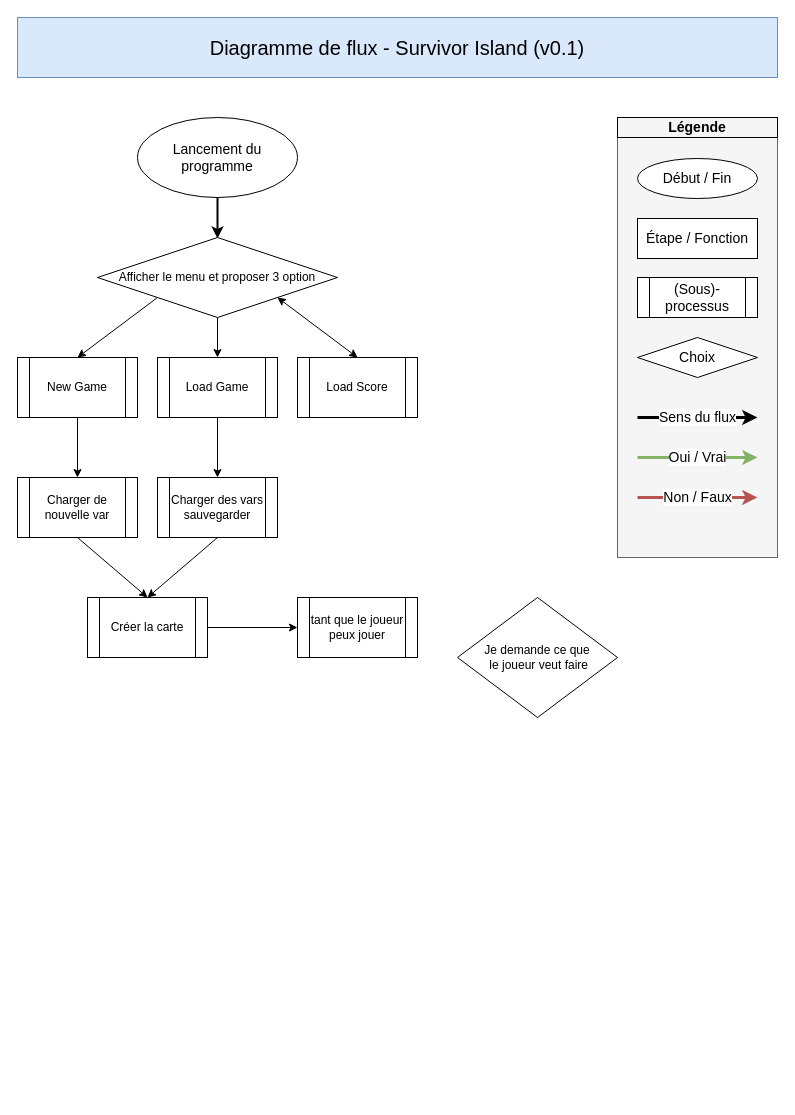
This is page "Main" (1 of 2) of Diagramme de flux.drawio from herbetelem/Autonomie-projet-1, a draw.io file, before an edit. Source tidied: cells renumbered, new cells numbered last; positions are measured from the earlier drawing's top-left corner, leaving out a move shared by most shapes. Both pictures are drawn from the tidied source at 100%, with x=0, y=0 at pixel (17, 17).
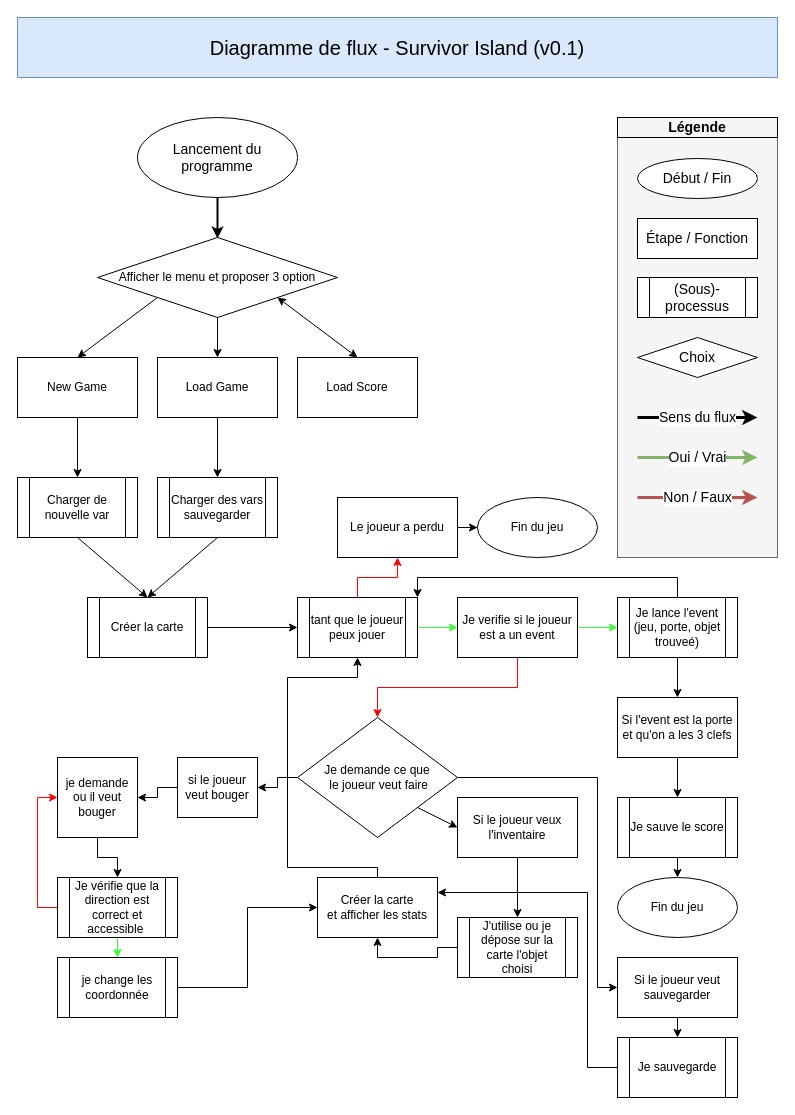
The same diagram, later.

Unchanged cells that the change refers to:
```xml
<mxCell id="28" value="tant que le joueur peux jouer" style="shape=process;whiteSpace=wrap;html=1;backgroundOutline=1;" parent="1" vertex="1">
  <mxGeometry x="280" y="580" width="120" height="60" as="geometry" />
</mxCell>
```

Change to the diagram source:
```diff
@@
-    <mxCell id="15" value="New Game" style="shape=process;whiteSpace=wrap;html=1;backgroundOutline=1;" parent="1" vertex="1">
-      <mxGeometry y="340" width="120" height="60" as="geometry" />
-    </mxCell>
-    <mxCell id="16" value="Load Score" style="shape=process;whiteSpace=wrap;html=1;backgroundOutline=1;" parent="1" vertex="1">
-      <mxGeometry x="280" y="340" width="120" height="60" as="geometry" />
-    </mxCell>
-    <mxCell id="17" value="Load Game" style="shape=process;whiteSpace=wrap;html=1;backgroundOutline=1;" parent="1" vertex="1">
-      <mxGeometry x="140" y="340" width="120" height="60" as="geometry" />
-    </mxCell>
@@
+    <mxCell id="31" style="edgeStyle=orthogonalEdgeStyle;rounded=0;jettySize=auto;html=1;strokeColor=#33FF33;" parent="1" edge="1" source="28" target="48">
+      <mxGeometry relative="1" as="geometry" />
+    </mxCell>
+    <mxCell id="32" style="edgeStyle=orthogonalEdgeStyle;rounded=0;jettySize=auto;html=1;entryX=0.5;entryY=1;entryDx=0;entryDy=0;strokeColor=#FF0000;" parent="1" edge="1" source="28" target="53">
+      <mxGeometry relative="1" as="geometry" />
+    </mxCell>
@@
+    <mxCell id="33" style="edgeStyle=orthogonalEdgeStyle;rounded=0;jettySize=auto;html=1;entryX=1;entryY=0.5;entryDx=0;entryDy=0;" parent="1" edge="1" source="30" target="36">
+      <mxGeometry relative="1" as="geometry" />
+    </mxCell>
+    <mxCell id="34" style="edgeStyle=orthogonalEdgeStyle;rounded=0;jettySize=auto;html=1;entryX=0;entryY=0.5;entryDx=0;entryDy=0;strokeColor=#000000;" parent="1" edge="1" source="30" target="60">
+      <mxGeometry relative="1" as="geometry">
+        <Array as="points">
+          <mxPoint x="580" y="760" />
+          <mxPoint x="580" y="970" />
+        </Array>
+      </mxGeometry>
+    </mxCell>
     <mxCell id="30" value="Je demande ce que&lt;br&gt;&amp;nbsp;le joueur veut faire" style="rhombus;whiteSpace=wrap;html=1;" parent="1" vertex="1">
-      <mxGeometry x="440" y="580" width="160" height="120" as="geometry" />
+      <mxGeometry x="280" y="700" width="160" height="120" as="geometry" />
     </mxCell>
+    <mxCell id="35" style="edgeStyle=orthogonalEdgeStyle;rounded=0;jettySize=auto;html=1;" parent="1" edge="1" source="36" target="38">
+      <mxGeometry relative="1" as="geometry" />
+    </mxCell>
+    <mxCell id="36" value="si le joueur veut bouger" style="rounded=0;whiteSpace=wrap;html=1;" parent="1" vertex="1">
+      <mxGeometry x="160" y="740" width="80" height="60" as="geometry" />
+    </mxCell>
+    <mxCell id="37" style="edgeStyle=orthogonalEdgeStyle;rounded=0;jettySize=auto;html=1;" parent="1" edge="1" source="38" target="41">
+      <mxGeometry relative="1" as="geometry" />
+    </mxCell>
+    <mxCell id="38" value="je demande ou il veut bouger" style="whiteSpace=wrap;html=1;" parent="1" vertex="1">
+      <mxGeometry x="40" y="740" width="80" height="80" as="geometry" />
+    </mxCell>
+    <mxCell id="39" style="edgeStyle=orthogonalEdgeStyle;rounded=0;jettySize=auto;html=1;entryX=0;entryY=0.5;entryDx=0;entryDy=0;fillColor=#f8cecc;strokeColor=#FF0000;" parent="1" edge="1" source="41" target="38">
+      <mxGeometry relative="1" as="geometry">
+        <Array as="points">
+          <mxPoint x="20" y="890" />
+          <mxPoint x="20" y="780" />
+        </Array>
+      </mxGeometry>
+    </mxCell>
+    <mxCell id="40" style="edgeStyle=orthogonalEdgeStyle;rounded=0;jettySize=auto;html=1;strokeColor=#33FF33;" parent="1" edge="1" source="41" target="43">
+      <mxGeometry relative="1" as="geometry" />
+    </mxCell>
+    <mxCell id="41" value="Je vérifie que la direction est correct et accessible&amp;nbsp;" style="shape=process;whiteSpace=wrap;html=1;backgroundOutline=1;" parent="1" vertex="1">
+      <mxGeometry x="40" y="860" width="120" height="60" as="geometry" />
+    </mxCell>
+    <mxCell id="16" value="&lt;span&gt;Load Score&lt;/span&gt;" style="rounded=0;whiteSpace=wrap;html=1;" parent="1" vertex="1">
+      <mxGeometry x="280" y="340" width="120" height="60" as="geometry" />
+    </mxCell>
+    <mxCell id="17" value="Load Game" style="rounded=0;whiteSpace=wrap;html=1;" parent="1" vertex="1">
+      <mxGeometry x="140" y="340" width="120" height="60" as="geometry" />
+    </mxCell>
+    <mxCell id="15" value="New Game" style="rounded=0;whiteSpace=wrap;html=1;" parent="1" vertex="1">
+      <mxGeometry y="340" width="120" height="60" as="geometry" />
+    </mxCell>
+    <mxCell id="42" style="edgeStyle=orthogonalEdgeStyle;rounded=0;jettySize=auto;html=1;entryX=0;entryY=0.5;entryDx=0;entryDy=0;" parent="1" edge="1" source="43" target="45">
+      <mxGeometry relative="1" as="geometry" />
+    </mxCell>
+    <mxCell id="43" value="je change les coordonnée" style="shape=process;whiteSpace=wrap;html=1;backgroundOutline=1;" parent="1" vertex="1">
+      <mxGeometry x="40" y="940" width="120" height="60" as="geometry" />
+    </mxCell>
+    <mxCell id="44" style="edgeStyle=orthogonalEdgeStyle;rounded=0;jettySize=auto;html=1;strokeColor=#000000;" parent="1" edge="1" source="45">
+      <mxGeometry relative="1" as="geometry">
+        <mxPoint x="340" y="640" as="targetPoint" />
+        <Array as="points">
+          <mxPoint x="360" y="850" />
+          <mxPoint x="270" y="850" />
+          <mxPoint x="270" y="660" />
+          <mxPoint x="340" y="660" />
+          <mxPoint x="340" y="640" />
+        </Array>
+      </mxGeometry>
+    </mxCell>
+    <mxCell id="45" value="Créer la carte&lt;br&gt;et afficher les stats" style="rounded=0;whiteSpace=wrap;html=1;" parent="1" vertex="1">
+      <mxGeometry x="300" y="860" width="120" height="60" as="geometry" />
+    </mxCell>
+    <mxCell id="46" style="edgeStyle=orthogonalEdgeStyle;rounded=0;jettySize=auto;html=1;entryX=0.5;entryY=0;entryDx=0;entryDy=0;strokeColor=#FF0000;" parent="1" edge="1" source="48" target="30">
+      <mxGeometry relative="1" as="geometry" />
+    </mxCell>
+    <mxCell id="47" style="edgeStyle=orthogonalEdgeStyle;rounded=0;jettySize=auto;html=1;strokeColor=#33FF33;" parent="1" edge="1" source="48" target="51">
+      <mxGeometry relative="1" as="geometry" />
+    </mxCell>
+    <mxCell id="48" value="Je verifie si le joueur est a un event" style="rounded=0;whiteSpace=wrap;html=1;" parent="1" vertex="1">
+      <mxGeometry x="440" y="580" width="120" height="60" as="geometry" />
+    </mxCell>
+    <mxCell id="49" style="edgeStyle=orthogonalEdgeStyle;rounded=0;jettySize=auto;html=1;entryX=1;entryY=0;entryDx=0;entryDy=0;strokeColor=#000000;" parent="1" edge="1" source="51" target="28">
+      <mxGeometry relative="1" as="geometry">
+        <Array as="points">
+          <mxPoint x="660" y="560" />
+          <mxPoint x="400" y="560" />
+        </Array>
+      </mxGeometry>
+    </mxCell>
+    <mxCell id="50" style="edgeStyle=orthogonalEdgeStyle;rounded=0;jettySize=auto;html=1;entryX=0.5;entryY=0;entryDx=0;entryDy=0;strokeColor=#000000;" parent="1" edge="1" source="51" target="56">
+      <mxGeometry relative="1" as="geometry" />
+    </mxCell>
+    <mxCell id="51" value="Je lance l'event&lt;br&gt;(jeu, porte, objet trouveé)" style="shape=process;whiteSpace=wrap;html=1;backgroundOutline=1;" parent="1" vertex="1">
+      <mxGeometry x="600" y="580" width="120" height="60" as="geometry" />
+    </mxCell>
+    <mxCell id="52" style="edgeStyle=orthogonalEdgeStyle;rounded=0;jettySize=auto;html=1;" parent="1" edge="1" source="53" target="54">
+      <mxGeometry relative="1" as="geometry" />
+    </mxCell>
+    <mxCell id="53" value="Le joueur a perdu" style="rounded=0;whiteSpace=wrap;html=1;" parent="1" vertex="1">
+      <mxGeometry x="320" y="480" width="120" height="60" as="geometry" />
+    </mxCell>
+    <mxCell id="54" value="Fin du jeu" style="ellipse;whiteSpace=wrap;html=1;" parent="1" vertex="1">
+      <mxGeometry x="460" y="480" width="120" height="60" as="geometry" />
+    </mxCell>
+    <mxCell id="55" style="edgeStyle=orthogonalEdgeStyle;rounded=0;jettySize=auto;html=1;strokeColor=#000000;entryX=0.5;entryY=0;entryDx=0;entryDy=0;" parent="1" edge="1" source="56" target="57">
+      <mxGeometry relative="1" as="geometry" />
+    </mxCell>
+    <mxCell id="56" value="Si l'event est la porte et qu'on a les 3 clefs" style="rounded=0;whiteSpace=wrap;html=1;" parent="1" vertex="1">
+      <mxGeometry x="600" y="680" width="120" height="60" as="geometry" />
+    </mxCell>
+    <mxCell id="57" value="Je sauve le score" style="shape=process;whiteSpace=wrap;html=1;backgroundOutline=1;" parent="1" vertex="1">
+      <mxGeometry x="600" y="780" width="120" height="60" as="geometry" />
+    </mxCell>
+    <mxCell id="58" value="Fin du jeu" style="ellipse;whiteSpace=wrap;html=1;" parent="1" vertex="1">
+      <mxGeometry x="600" y="860" width="120" height="60" as="geometry" />
+    </mxCell>
+    <mxCell id="59" style="endArrow=classic;html=1;strokeColor=#000000;exitX=0.5;exitY=1;exitDx=0;exitDy=0;entryX=0.5;entryY=0;entryDx=0;entryDy=0;" parent="1" edge="1" source="57" target="58">
+      <mxGeometry relative="1" as="geometry" />
+    </mxCell>
+    <mxCell id="60" value="Si le joueur veut sauvegarder" style="rounded=0;whiteSpace=wrap;html=1;" parent="1" vertex="1">
+      <mxGeometry x="600" y="940" width="120" height="60" as="geometry" />
+    </mxCell>
+    <mxCell id="61" style="edgeStyle=orthogonalEdgeStyle;rounded=0;jettySize=auto;html=1;entryX=1;entryY=0.25;entryDx=0;entryDy=0;strokeColor=#000000;" parent="1" edge="1" source="62" target="45">
+      <mxGeometry relative="1" as="geometry">
+        <Array as="points">
+          <mxPoint x="570" y="1050" />
+          <mxPoint x="570" y="875" />
+        </Array>
+      </mxGeometry>
+    </mxCell>
+    <mxCell id="62" value="Je sauvegarde" style="shape=process;whiteSpace=wrap;html=1;backgroundOutline=1;" parent="1" vertex="1">
+      <mxGeometry x="600" y="1020" width="120" height="60" as="geometry" />
+    </mxCell>
+    <mxCell id="63" style="endArrow=classic;html=1;strokeColor=#000000;exitX=0.5;exitY=1;exitDx=0;exitDy=0;entryX=0.5;entryY=0;entryDx=0;entryDy=0;" parent="1" edge="1" source="60" target="62">
+      <mxGeometry relative="1" as="geometry" />
+    </mxCell>
+    <mxCell id="64" style="edgeStyle=orthogonalEdgeStyle;rounded=0;jettySize=auto;html=1;entryX=0.5;entryY=0;entryDx=0;entryDy=0;strokeColor=#000000;" parent="1" edge="1" source="65" target="68">
+      <mxGeometry relative="1" as="geometry" />
+    </mxCell>
+    <mxCell id="65" value="Si le joueur veux l'inventaire" style="rounded=0;whiteSpace=wrap;html=1;" parent="1" vertex="1">
+      <mxGeometry x="440" y="780" width="120" height="60" as="geometry" />
+    </mxCell>
+    <mxCell id="66" style="endArrow=classic;html=1;strokeColor=#000000;exitX=1;exitY=1;exitDx=0;exitDy=0;entryX=0;entryY=0.5;entryDx=0;entryDy=0;" parent="1" edge="1" source="30" target="65">
+      <mxGeometry relative="1" as="geometry" />
+    </mxCell>
+    <mxCell id="67" style="edgeStyle=orthogonalEdgeStyle;rounded=0;jettySize=auto;html=1;entryX=0.5;entryY=1;entryDx=0;entryDy=0;strokeColor=#000000;" parent="1" edge="1" source="68" target="45">
+      <mxGeometry relative="1" as="geometry" />
+    </mxCell>
+    <mxCell id="68" value="J'utilise ou je dépose sur la carte l'objet choisi" style="shape=process;whiteSpace=wrap;html=1;backgroundOutline=1;" parent="1" vertex="1">
+      <mxGeometry x="440" y="900" width="120" height="60" as="geometry" />
+    </mxCell>
```
